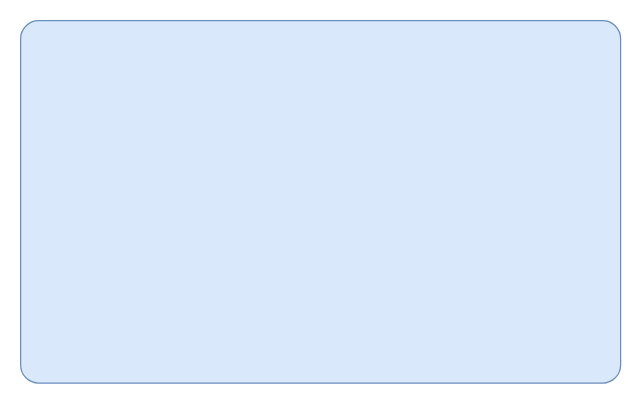
Earlier version of the draw.io diagram 意图推理阶段的prompt.drawio (Rinco1018/project_test). Source tidied: cells renumbered, new cells numbered last; positions are measured from the earlier drawing's top-left corner, leaving out a move shared by most shapes. Both pictures are drawn from the tidied source at 125%, with x=0, y=0 at pixel (20, 20).
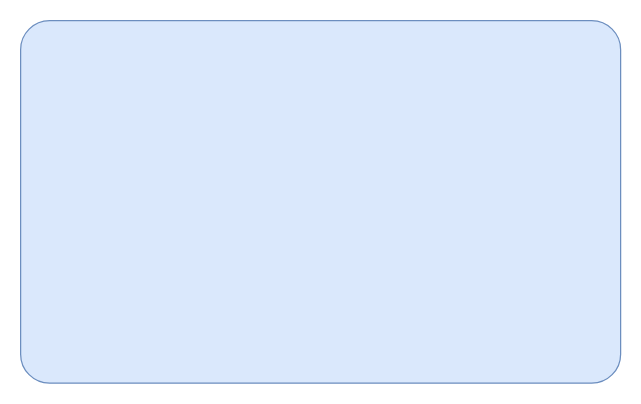
Above is the later version.

Commit message (it also covers changes not shown here):
更新意图推理阶段的prompt.drawio

Change to the diagram source:
```diff
@@
 <mxGraphModel>
   <root>
     <mxCell id="0" />
     <mxCell id="1" parent="0" />
-    <mxCell id="2" style="rounded=1;arcSize=5;whiteSpace=wrap;html=1;fillColor=#dae8fc;strokeColor=#6c8ebf;" parent="1" vertex="1">
+    <mxCell id="2" style="rounded=1;arcSize=8;whiteSpace=wrap;html=1;fillColor=#dae8fc;strokeColor=#6c8ebf;" parent="1" vertex="1">
       <mxGeometry width="480" height="290" as="geometry" />
     </mxCell>
   </root>
 </mxGraphModel>
```
